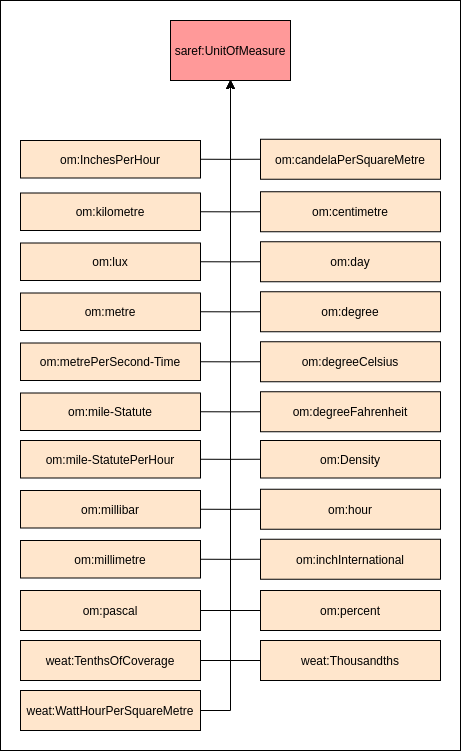
The draw.io diagram WidocoDocumentation/Images/UnitOfMeasure.png in oeg-upm/bimerr-weather, before a commit. Source tidied: cells renumbered, new cells last; positions are measured from the earlier drawing's top-left corner, leaving out a move shared by most shapes.
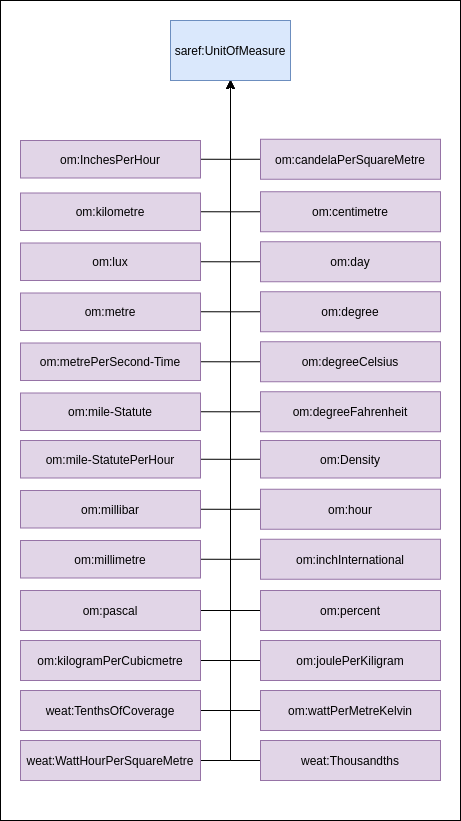
After the change.

Commit message:
Added 8 lines data to ontology and diagrams

Diff of the diagram source:
```diff
@@ -3,148 +3,166 @@
     <mxCell id="0" />
     <mxCell id="1" parent="0" />
     <mxCell id="2" style="rounded=0;whiteSpace=wrap;html=1;" parent="1" vertex="1">
-      <mxGeometry width="460" height="750" as="geometry" />
+      <mxGeometry width="460" height="820" as="geometry" />
     </mxCell>
-    <mxCell id="3" value="saref:UnitOfMeasure" style="rounded=0;whiteSpace=wrap;html=1;fillColor=#FF9999;" parent="1" vertex="1">
+    <mxCell id="3" value="saref:UnitOfMeasure" style="rounded=0;whiteSpace=wrap;html=1;fillColor=#dae8fc;strokeColor=#6c8ebf;" parent="1" vertex="1">
       <mxGeometry x="170" y="20" width="120" height="60" as="geometry" />
     </mxCell>
     <mxCell id="4" style="edgeStyle=orthogonalEdgeStyle;rounded=0;jettySize=auto;html=1;exitX=0;exitY=0.5;exitDx=0;exitDy=0;" parent="1" edge="1" source="5" target="3">
       <mxGeometry relative="1" as="geometry" />
     </mxCell>
-    <mxCell id="5" value="om:Density" style="rounded=0;whiteSpace=wrap;html=1;fillColor=#FFE6CC;" parent="1" vertex="1">
+    <mxCell id="5" value="om:Density" style="rounded=0;whiteSpace=wrap;html=1;fillColor=#e1d5e7;strokeColor=#9673a6;" parent="1" vertex="1">
       <mxGeometry x="260" y="440" width="180" height="37.5" as="geometry" />
     </mxCell>
     <mxCell id="6" style="edgeStyle=orthogonalEdgeStyle;rounded=0;jettySize=auto;html=1;exitX=0;exitY=0.5;exitDx=0;exitDy=0;" parent="1" edge="1" source="7" target="3">
       <mxGeometry relative="1" as="geometry" />
     </mxCell>
-    <mxCell id="7" value="om:hour" style="rounded=0;whiteSpace=wrap;html=1;fillColor=#FFE6CC;" parent="1" vertex="1">
+    <mxCell id="7" value="om:hour" style="rounded=0;whiteSpace=wrap;html=1;fillColor=#e1d5e7;strokeColor=#9673a6;" parent="1" vertex="1">
       <mxGeometry x="260" y="488.8" width="180" height="40" as="geometry" />
     </mxCell>
     <mxCell id="8" style="edgeStyle=orthogonalEdgeStyle;rounded=0;jettySize=auto;html=1;exitX=0;exitY=0.5;exitDx=0;exitDy=0;" parent="1" edge="1" source="9" target="3">
       <mxGeometry relative="1" as="geometry" />
     </mxCell>
-    <mxCell id="9" value="om:inchInternational" style="rounded=0;whiteSpace=wrap;html=1;fillColor=#FFE6CC;" parent="1" vertex="1">
+    <mxCell id="9" value="om:inchInternational" style="rounded=0;whiteSpace=wrap;html=1;fillColor=#e1d5e7;strokeColor=#9673a6;" parent="1" vertex="1">
       <mxGeometry x="260" y="538.8" width="180" height="40" as="geometry" />
     </mxCell>
     <mxCell id="10" style="edgeStyle=orthogonalEdgeStyle;rounded=0;jettySize=auto;html=1;exitX=1;exitY=0.5;exitDx=0;exitDy=0;" parent="1" edge="1" source="11" target="3">
       <mxGeometry relative="1" as="geometry" />
     </mxCell>
-    <mxCell id="11" value="om:pascal" style="rounded=0;whiteSpace=wrap;html=1;fillColor=#FFE6CC;" parent="1" vertex="1">
+    <mxCell id="11" value="om:pascal" style="rounded=0;whiteSpace=wrap;html=1;fillColor=#e1d5e7;strokeColor=#9673a6;" parent="1" vertex="1">
       <mxGeometry x="20" y="590" width="180" height="40" as="geometry" />
     </mxCell>
     <mxCell id="12" style="edgeStyle=orthogonalEdgeStyle;rounded=0;jettySize=auto;html=1;exitX=1;exitY=0.5;exitDx=0;exitDy=0;" parent="1" edge="1" source="13" target="3">
       <mxGeometry relative="1" as="geometry" />
     </mxCell>
-    <mxCell id="13" value="weat:TenthsOfCoverage" style="rounded=0;whiteSpace=wrap;html=1;fillColor=#FFE6CC;" parent="1" vertex="1">
-      <mxGeometry x="20" y="640" width="180" height="40" as="geometry" />
+    <mxCell id="13" value="weat:TenthsOfCoverage" style="rounded=0;whiteSpace=wrap;html=1;fillColor=#e1d5e7;strokeColor=#9673a6;" parent="1" vertex="1">
+      <mxGeometry x="20" y="690" width="180" height="40" as="geometry" />
     </mxCell>
     <mxCell id="14" style="edgeStyle=orthogonalEdgeStyle;rounded=0;jettySize=auto;html=1;exitX=0;exitY=0.5;exitDx=0;exitDy=0;" parent="1" edge="1" source="15" target="3">
       <mxGeometry relative="1" as="geometry" />
     </mxCell>
-    <mxCell id="15" value="om:degreeFahrenheit" style="rounded=0;whiteSpace=wrap;html=1;fillColor=#FFE6CC;" parent="1" vertex="1">
+    <mxCell id="15" value="om:degreeFahrenheit" style="rounded=0;whiteSpace=wrap;html=1;fillColor=#e1d5e7;strokeColor=#9673a6;" parent="1" vertex="1">
       <mxGeometry x="260" y="391.2" width="180" height="40" as="geometry" />
     </mxCell>
     <mxCell id="16" style="edgeStyle=orthogonalEdgeStyle;rounded=0;jettySize=auto;html=1;exitX=0;exitY=0.5;exitDx=0;exitDy=0;" parent="1" edge="1" source="17" target="3">
       <mxGeometry relative="1" as="geometry" />
     </mxCell>
-    <mxCell id="17" value="om:percent" style="rounded=0;whiteSpace=wrap;html=1;fillColor=#FFE6CC;" parent="1" vertex="1">
+    <mxCell id="17" value="om:percent" style="rounded=0;whiteSpace=wrap;html=1;fillColor=#e1d5e7;strokeColor=#9673a6;" parent="1" vertex="1">
       <mxGeometry x="260" y="590" width="180" height="40" as="geometry" />
     </mxCell>
     <mxCell id="18" style="edgeStyle=orthogonalEdgeStyle;rounded=0;jettySize=auto;html=1;exitX=0;exitY=0.5;exitDx=0;exitDy=0;" parent="1" edge="1" source="19" target="3">
       <mxGeometry relative="1" as="geometry" />
     </mxCell>
-    <mxCell id="19" value="om:degreeCelsius" style="rounded=0;whiteSpace=wrap;html=1;fillColor=#FFE6CC;" parent="1" vertex="1">
+    <mxCell id="19" value="om:degreeCelsius" style="rounded=0;whiteSpace=wrap;html=1;fillColor=#e1d5e7;strokeColor=#9673a6;" parent="1" vertex="1">
       <mxGeometry x="260" y="341.2" width="180" height="40" as="geometry" />
     </mxCell>
     <mxCell id="20" style="edgeStyle=orthogonalEdgeStyle;rounded=0;jettySize=auto;html=1;exitX=0;exitY=0.5;exitDx=0;exitDy=0;" parent="1" edge="1" source="21" target="3">
       <mxGeometry relative="1" as="geometry" />
     </mxCell>
-    <mxCell id="21" value="om:candelaPerSquareMetre" style="rounded=0;whiteSpace=wrap;html=1;fillColor=#FFE6CC;" parent="1" vertex="1">
+    <mxCell id="21" value="om:candelaPerSquareMetre" style="rounded=0;whiteSpace=wrap;html=1;fillColor=#e1d5e7;strokeColor=#9673a6;" parent="1" vertex="1">
       <mxGeometry x="260" y="138.8" width="180" height="40" as="geometry" />
     </mxCell>
     <mxCell id="22" style="edgeStyle=orthogonalEdgeStyle;rounded=0;jettySize=auto;html=1;exitX=0;exitY=0.5;exitDx=0;exitDy=0;" parent="1" edge="1" source="23" target="3">
       <mxGeometry relative="1" as="geometry" />
     </mxCell>
-    <mxCell id="23" value="om:centimetre" style="rounded=0;whiteSpace=wrap;html=1;fillColor=#FFE6CC;" parent="1" vertex="1">
+    <mxCell id="23" value="om:centimetre" style="rounded=0;whiteSpace=wrap;html=1;fillColor=#e1d5e7;strokeColor=#9673a6;" parent="1" vertex="1">
       <mxGeometry x="260" y="191.2" width="180" height="40" as="geometry" />
     </mxCell>
     <mxCell id="24" style="edgeStyle=orthogonalEdgeStyle;rounded=0;jettySize=auto;html=1;exitX=0;exitY=0.5;exitDx=0;exitDy=0;" parent="1" edge="1" source="25" target="3">
       <mxGeometry relative="1" as="geometry" />
     </mxCell>
-    <mxCell id="25" value="om:day" style="rounded=0;whiteSpace=wrap;html=1;fillColor=#FFE6CC;" parent="1" vertex="1">
+    <mxCell id="25" value="om:day" style="rounded=0;whiteSpace=wrap;html=1;fillColor=#e1d5e7;strokeColor=#9673a6;" parent="1" vertex="1">
       <mxGeometry x="260" y="241.2" width="180" height="40" as="geometry" />
     </mxCell>
     <mxCell id="26" style="edgeStyle=orthogonalEdgeStyle;rounded=0;jettySize=auto;html=1;exitX=0;exitY=0.5;exitDx=0;exitDy=0;" parent="1" edge="1" source="27" target="3">
       <mxGeometry relative="1" as="geometry" />
     </mxCell>
-    <mxCell id="27" value="om:degree" style="rounded=0;whiteSpace=wrap;html=1;fillColor=#FFE6CC;" parent="1" vertex="1">
+    <mxCell id="27" value="om:degree" style="rounded=0;whiteSpace=wrap;html=1;fillColor=#e1d5e7;strokeColor=#9673a6;" parent="1" vertex="1">
       <mxGeometry x="260" y="291.2" width="180" height="40" as="geometry" />
     </mxCell>
     <mxCell id="28" style="edgeStyle=orthogonalEdgeStyle;rounded=0;jettySize=auto;html=1;exitX=1;exitY=0.5;exitDx=0;exitDy=0;" parent="1" edge="1" source="29" target="3">
       <mxGeometry relative="1" as="geometry" />
     </mxCell>
-    <mxCell id="29" value="om:InchesPerHour" style="rounded=0;whiteSpace=wrap;html=1;fillColor=#FFE6CC;" parent="1" vertex="1">
+    <mxCell id="29" value="om:InchesPerHour" style="rounded=0;whiteSpace=wrap;html=1;fillColor=#e1d5e7;strokeColor=#9673a6;" parent="1" vertex="1">
       <mxGeometry x="20" y="140" width="180" height="37.5" as="geometry" />
     </mxCell>
     <mxCell id="30" style="edgeStyle=orthogonalEdgeStyle;rounded=0;jettySize=auto;html=1;exitX=1;exitY=0.5;exitDx=0;exitDy=0;" parent="1" edge="1" source="31" target="3">
       <mxGeometry relative="1" as="geometry" />
     </mxCell>
-    <mxCell id="31" value="om:kilometre" style="rounded=0;whiteSpace=wrap;html=1;fillColor=#FFE6CC;" parent="1" vertex="1">
+    <mxCell id="31" value="om:kilometre" style="rounded=0;whiteSpace=wrap;html=1;fillColor=#e1d5e7;strokeColor=#9673a6;" parent="1" vertex="1">
       <mxGeometry x="20" y="192.5" width="180" height="37.5" as="geometry" />
     </mxCell>
     <mxCell id="32" style="edgeStyle=orthogonalEdgeStyle;rounded=0;jettySize=auto;html=1;exitX=1;exitY=0.5;exitDx=0;exitDy=0;" parent="1" edge="1" source="33" target="3">
       <mxGeometry relative="1" as="geometry" />
     </mxCell>
-    <mxCell id="33" value="om:lux" style="rounded=0;whiteSpace=wrap;html=1;fillColor=#FFE6CC;" parent="1" vertex="1">
+    <mxCell id="33" value="om:lux" style="rounded=0;whiteSpace=wrap;html=1;fillColor=#e1d5e7;strokeColor=#9673a6;" parent="1" vertex="1">
       <mxGeometry x="20" y="242.5" width="180" height="37.5" as="geometry" />
     </mxCell>
     <mxCell id="34" style="edgeStyle=orthogonalEdgeStyle;rounded=0;jettySize=auto;html=1;exitX=1;exitY=0.5;exitDx=0;exitDy=0;" parent="1" edge="1" source="35" target="3">
       <mxGeometry relative="1" as="geometry" />
     </mxCell>
-    <mxCell id="35" value="om:metre" style="rounded=0;whiteSpace=wrap;html=1;fillColor=#FFE6CC;" parent="1" vertex="1">
+    <mxCell id="35" value="om:metre" style="rounded=0;whiteSpace=wrap;html=1;fillColor=#e1d5e7;strokeColor=#9673a6;" parent="1" vertex="1">
       <mxGeometry x="20" y="292.5" width="180" height="37.5" as="geometry" />
     </mxCell>
     <mxCell id="36" style="edgeStyle=orthogonalEdgeStyle;rounded=0;jettySize=auto;html=1;exitX=1;exitY=0.5;exitDx=0;exitDy=0;" parent="1" edge="1" source="37" target="3">
       <mxGeometry relative="1" as="geometry" />
     </mxCell>
-    <mxCell id="37" value="om:metrePerSecond-Time" style="rounded=0;whiteSpace=wrap;html=1;fillColor=#FFE6CC;" parent="1" vertex="1">
+    <mxCell id="37" value="om:metrePerSecond-Time" style="rounded=0;whiteSpace=wrap;html=1;fillColor=#e1d5e7;strokeColor=#9673a6;" parent="1" vertex="1">
       <mxGeometry x="20" y="342.5" width="180" height="37.5" as="geometry" />
     </mxCell>
     <mxCell id="38" style="edgeStyle=orthogonalEdgeStyle;rounded=0;jettySize=auto;html=1;exitX=1;exitY=0.5;exitDx=0;exitDy=0;" parent="1" edge="1" source="39" target="3">
       <mxGeometry relative="1" as="geometry" />
     </mxCell>
-    <mxCell id="39" value="om:mile-Statute" style="rounded=0;whiteSpace=wrap;html=1;fillColor=#FFE6CC;" parent="1" vertex="1">
+    <mxCell id="39" value="om:mile-Statute" style="rounded=0;whiteSpace=wrap;html=1;fillColor=#e1d5e7;strokeColor=#9673a6;" parent="1" vertex="1">
       <mxGeometry x="20" y="392.5" width="180" height="37.5" as="geometry" />
     </mxCell>
     <mxCell id="40" style="edgeStyle=orthogonalEdgeStyle;rounded=0;jettySize=auto;html=1;exitX=1;exitY=0.5;exitDx=0;exitDy=0;" parent="1" edge="1" source="41" target="3">
       <mxGeometry relative="1" as="geometry" />
     </mxCell>
-    <mxCell id="41" value="om:mile-StatutePerHour" style="rounded=0;whiteSpace=wrap;html=1;fillColor=#FFE6CC;" parent="1" vertex="1">
+    <mxCell id="41" value="om:mile-StatutePerHour" style="rounded=0;whiteSpace=wrap;html=1;fillColor=#e1d5e7;strokeColor=#9673a6;" parent="1" vertex="1">
       <mxGeometry x="20" y="440" width="180" height="37.5" as="geometry" />
     </mxCell>
     <mxCell id="42" style="edgeStyle=orthogonalEdgeStyle;rounded=0;jettySize=auto;html=1;exitX=1;exitY=0.5;exitDx=0;exitDy=0;" parent="1" edge="1" source="43" target="3">
       <mxGeometry relative="1" as="geometry" />
     </mxCell>
-    <mxCell id="43" value="om:millibar" style="rounded=0;whiteSpace=wrap;html=1;fillColor=#FFE6CC;" parent="1" vertex="1">
+    <mxCell id="43" value="om:millibar" style="rounded=0;whiteSpace=wrap;html=1;fillColor=#e1d5e7;strokeColor=#9673a6;" parent="1" vertex="1">
       <mxGeometry x="20" y="490" width="180" height="37.5" as="geometry" />
     </mxCell>
     <mxCell id="44" style="edgeStyle=orthogonalEdgeStyle;rounded=0;jettySize=auto;html=1;exitX=1;exitY=0.5;exitDx=0;exitDy=0;" parent="1" edge="1" source="45" target="3">
       <mxGeometry relative="1" as="geometry" />
     </mxCell>
-    <mxCell id="45" value="om:millimetre" style="rounded=0;whiteSpace=wrap;html=1;fillColor=#FFE6CC;" parent="1" vertex="1">
+    <mxCell id="45" value="om:millimetre" style="rounded=0;whiteSpace=wrap;html=1;fillColor=#e1d5e7;strokeColor=#9673a6;" parent="1" vertex="1">
       <mxGeometry x="20" y="540" width="180" height="37.5" as="geometry" />
     </mxCell>
     <mxCell id="46" style="edgeStyle=orthogonalEdgeStyle;rounded=0;jettySize=auto;html=1;exitX=0;exitY=0.5;exitDx=0;exitDy=0;" parent="1" edge="1" source="47" target="3">
       <mxGeometry relative="1" as="geometry" />
     </mxCell>
-    <mxCell id="47" value="weat:Thousandths" style="rounded=0;whiteSpace=wrap;html=1;fillColor=#FFE6CC;" parent="1" vertex="1">
-      <mxGeometry x="260" y="640" width="180" height="40" as="geometry" />
+    <mxCell id="47" value="weat:Thousandths" style="rounded=0;whiteSpace=wrap;html=1;fillColor=#e1d5e7;strokeColor=#9673a6;" parent="1" vertex="1">
+      <mxGeometry x="260" y="740" width="180" height="40" as="geometry" />
     </mxCell>
     <mxCell id="48" style="edgeStyle=orthogonalEdgeStyle;rounded=0;jettySize=auto;html=1;exitX=1;exitY=0.5;exitDx=0;exitDy=0;" parent="1" edge="1" source="49" target="3">
       <mxGeometry relative="1" as="geometry" />
     </mxCell>
-    <mxCell id="49" value="weat:WattHourPerSquareMetre" style="rounded=0;whiteSpace=wrap;html=1;fillColor=#FFE6CC;" parent="1" vertex="1">
-      <mxGeometry x="20" y="690" width="180" height="40" as="geometry" />
+    <mxCell id="49" value="weat:WattHourPerSquareMetre" style="rounded=0;whiteSpace=wrap;html=1;fillColor=#e1d5e7;strokeColor=#9673a6;" parent="1" vertex="1">
+      <mxGeometry x="20" y="740" width="180" height="40" as="geometry" />
     </mxCell>
+    <mxCell id="50" style="edgeStyle=orthogonalEdgeStyle;rounded=0;jettySize=auto;html=1;exitX=0;exitY=0.5;exitDx=0;exitDy=0;" parent="1" edge="1" source="51" target="3">
+      <mxGeometry relative="1" as="geometry" />
+    </mxCell>
+    <mxCell id="51" value="om:joulePerKiligram" style="rounded=0;whiteSpace=wrap;html=1;fillColor=#e1d5e7;strokeColor=#9673a6;" parent="1" vertex="1">
+      <mxGeometry x="260" y="640" width="180" height="40" as="geometry" />
+    </mxCell>
+    <mxCell id="52" style="edgeStyle=orthogonalEdgeStyle;rounded=0;jettySize=auto;html=1;exitX=0;exitY=0.5;exitDx=0;exitDy=0;" parent="1" edge="1" source="53" target="3">
+      <mxGeometry relative="1" as="geometry" />
+    </mxCell>
+    <mxCell id="53" value="om:wattPerMetreKelvin" style="rounded=0;whiteSpace=wrap;html=1;fillColor=#e1d5e7;strokeColor=#9673a6;" parent="1" vertex="1">
+      <mxGeometry x="260" y="690" width="180" height="40" as="geometry" />
+    </mxCell>
+    <mxCell id="54" style="edgeStyle=orthogonalEdgeStyle;rounded=0;jettySize=auto;html=1;exitX=1;exitY=0.5;exitDx=0;exitDy=0;" parent="1" edge="1" source="55" target="3">
+      <mxGeometry relative="1" as="geometry" />
+    </mxCell>
+    <mxCell id="55" value="om:kilogramPerCubicmetre" style="rounded=0;whiteSpace=wrap;html=1;fillColor=#e1d5e7;strokeColor=#9673a6;" parent="1" vertex="1">
+      <mxGeometry x="20" y="640" width="180" height="40" as="geometry" />
+    </mxCell>
   </root>
 </mxGraphModel>
```
